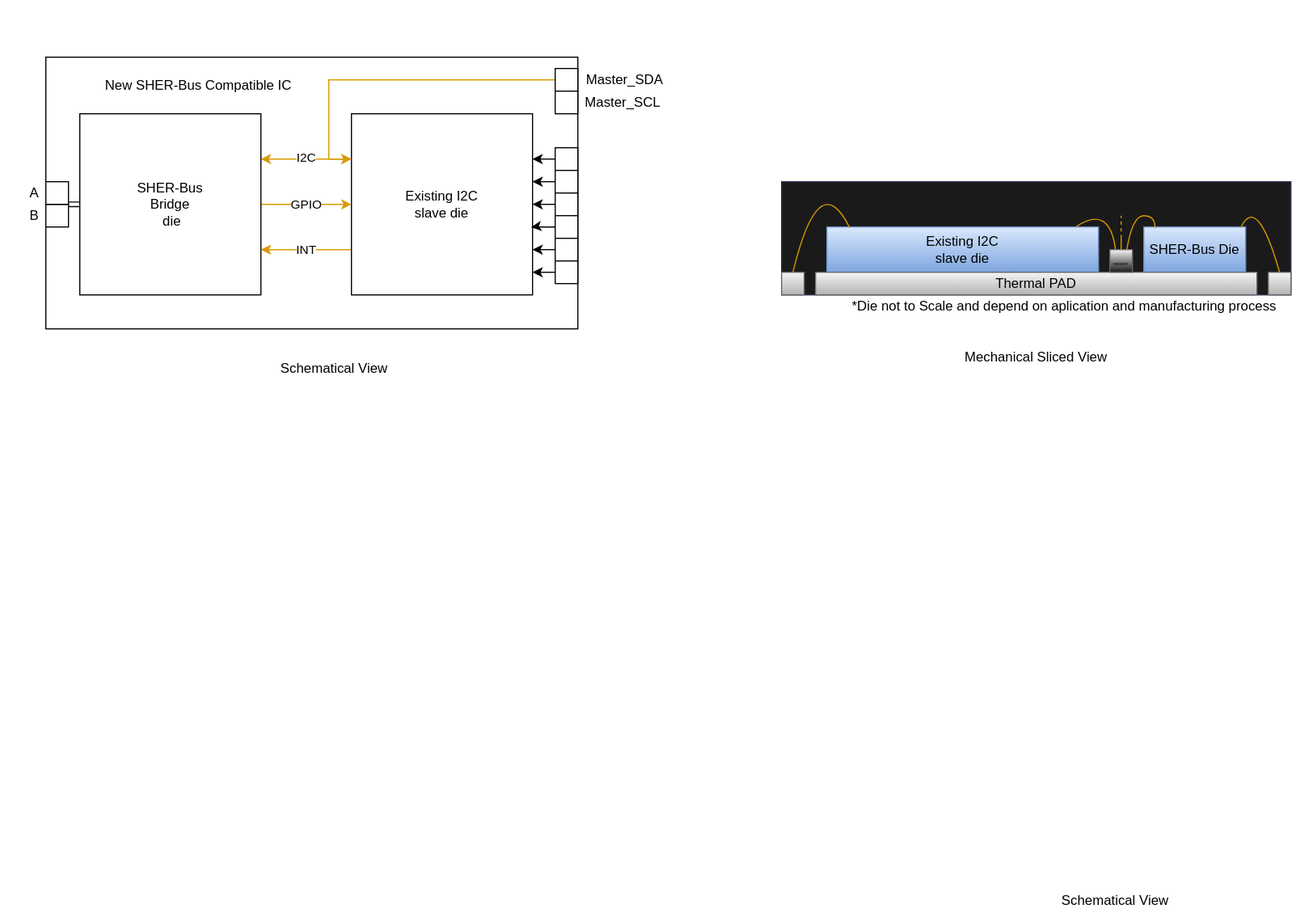
Above: Intergrated_bridge.svg in cdg66/BUS_figures (draw.io), before the change. Source tidied: cells renumbered, new cells last; positions are measured from the earlier drawing's top-left corner, leaving out a move shared by most shapes.
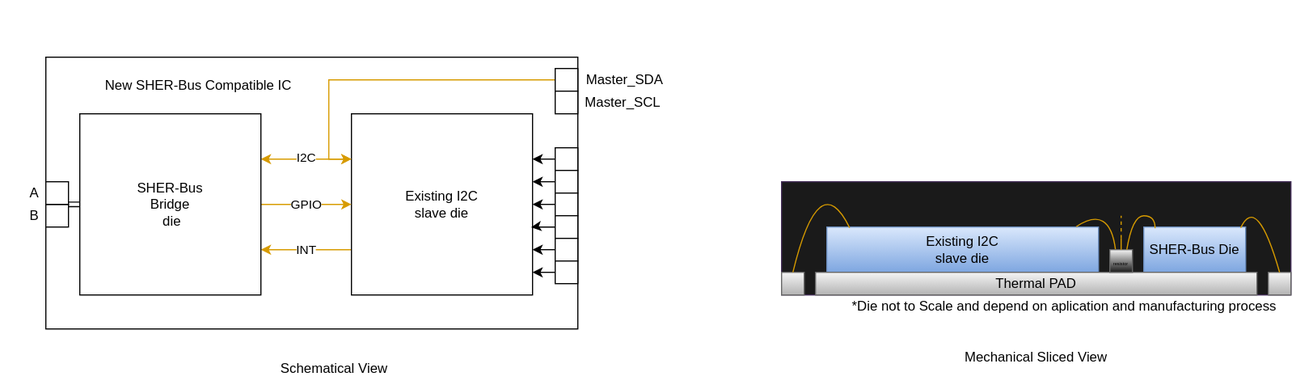
Above is the later version.

What changed in the source:
```diff
@@ -154,9 +154,6 @@
     <mxCell id="45" value="Schematical View" style="text;html=1;strokeColor=none;fillColor=none;align=center;verticalAlign=middle;whiteSpace=wrap;rounded=0;" parent="1" vertex="1">
       <mxGeometry x="230" y="310" width="130" height="30" as="geometry" />
     </mxCell>
-    <mxCell id="46" value="Schematical View" style="text;html=1;strokeColor=none;fillColor=none;align=center;verticalAlign=middle;whiteSpace=wrap;rounded=0;" parent="1" vertex="1">
-      <mxGeometry x="920" y="780" width="130" height="30" as="geometry" />
-    </mxCell>
     <mxCell id="47" value="Mechanical Sliced View" style="text;html=1;strokeColor=none;fillColor=none;align=center;verticalAlign=middle;whiteSpace=wrap;rounded=0;" parent="1" vertex="1">
       <mxGeometry x="850" y="300" width="130" height="30" as="geometry" />
     </mxCell>
```
